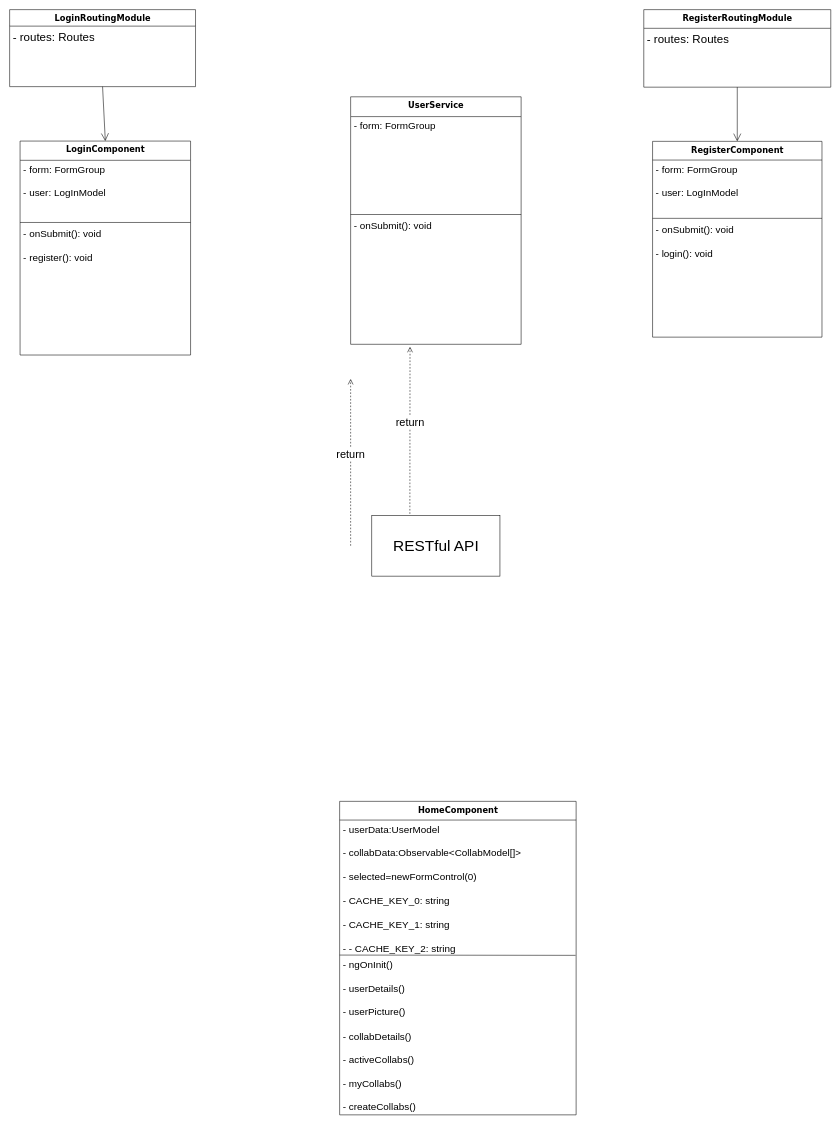
Above: page "Page-2" (2 of 2) of Untitled Diagram.drawio in Ed1196/myList (draw.io), before the change. Source tidied: cells renumbered, new cells numbered last; positions are measured from the earlier drawing's top-left corner, leaving out a move shared by most shapes. Both pictures are drawn from the tidied source at 55%, with x=0, y=0 at pixel (9, 9).
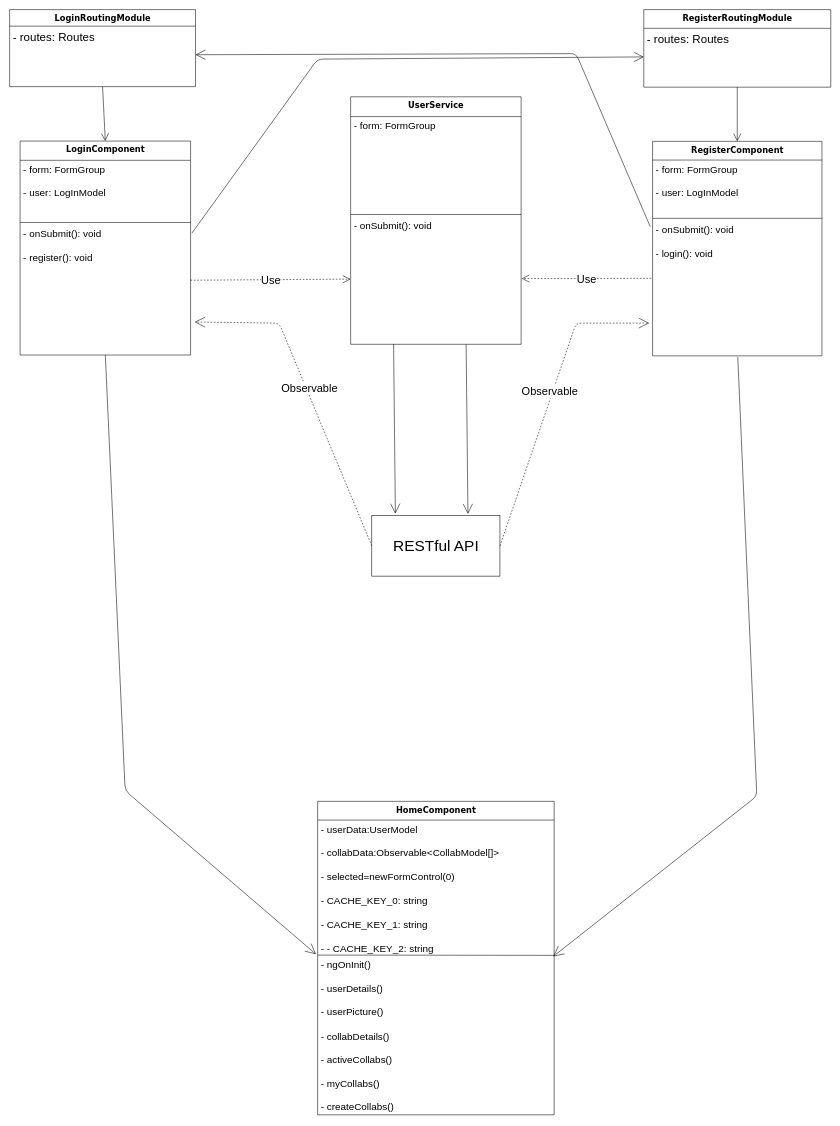
Above is the later version.

The change refers to these unchanged cells:
```xml
<mxCell id="2" value="&lt;font style=&quot;font-size: 15px&quot;&gt;LoginComponent&lt;/font&gt;" style="swimlane;html=1;fontStyle=1;align=center;verticalAlign=top;horizontal=1;startSize=35;swimlaneFillColor=#ffffff;rounded=0;shadow=0;comic=0;labelBackgroundColor=none;strokeColor=#000000;strokeWidth=1;fillColor=none;fontFamily=Verdana;fontSize=12;fontColor=#000000;" parent="1" vertex="1">
  <mxGeometry x="19" y="239" width="310" height="389" as="geometry" />
</mxCell>
<mxCell id="5" value="&lt;font style=&quot;font-size: 18px&quot;&gt;- onSubmit(): void&lt;br&gt;&lt;br&gt;- register(): void&lt;/font&gt;&lt;br&gt;" style="text;html=1;strokeColor=none;fillColor=none;align=left;verticalAlign=top;spacingLeft=4;spacingRight=4;whiteSpace=wrap;overflow=hidden;points=[[0,0.5],[1,0.5]];portConstraint=eastwest;" parent="2" vertex="1">
  <mxGeometry y="152" width="310" height="222" as="geometry" />
</mxCell>
<mxCell id="7" value="&lt;font style=&quot;font-size: 21px&quot;&gt;- routes: Routes&lt;/font&gt;" style="text;html=1;strokeColor=none;fillColor=none;align=left;verticalAlign=top;spacingLeft=4;spacingRight=4;whiteSpace=wrap;overflow=hidden;points=[[0,0.5],[1,0.5]];portConstraint=eastwest;" parent="6" vertex="1">
  <mxGeometry y="30" width="338" height="104" as="geometry" />
</mxCell>
<mxCell id="12" value="&lt;font style=&quot;font-size: 18px&quot;&gt;- onSubmit(): void&lt;/font&gt;" style="text;html=1;strokeColor=none;fillColor=none;align=left;verticalAlign=top;spacingLeft=4;spacingRight=4;whiteSpace=wrap;overflow=hidden;points=[[0,0.5],[1,0.5]];portConstraint=eastwest;" parent="9" vertex="1">
  <mxGeometry y="218" width="310" height="232" as="geometry" />
</mxCell>
<mxCell id="14" value="&lt;font style=&quot;font-size: 21px&quot;&gt;- routes: Routes&lt;/font&gt;" style="text;html=1;strokeColor=none;fillColor=none;align=left;verticalAlign=top;spacingLeft=4;spacingRight=4;whiteSpace=wrap;overflow=hidden;points=[[0,0.5],[1,0.5]];portConstraint=eastwest;" parent="13" vertex="1">
  <mxGeometry y="34" width="340" height="104" as="geometry" />
</mxCell>
<mxCell id="23" value="&lt;font style=&quot;font-size: 18px&quot;&gt;- ngOnInit()&lt;br&gt;&lt;br&gt;- userDetails()&lt;br&gt;&lt;br&gt;- userPicture()&lt;br&gt;&lt;br&gt;- collabDetails()&lt;br&gt;&lt;br&gt;- activeCollabs()&lt;br&gt;&lt;br&gt;- myCollabs()&lt;br&gt;&lt;br&gt;- createCollabs()&lt;br&gt;&lt;br&gt;- currentTab($event)&lt;/font&gt;&lt;br&gt;" style="text;html=1;strokeColor=none;fillColor=none;align=left;verticalAlign=top;spacingLeft=4;spacingRight=4;whiteSpace=wrap;overflow=hidden;points=[[0,0.5],[1,0.5]];portConstraint=eastwest;" parent="20" vertex="1">
  <mxGeometry y="280" width="430" height="290" as="geometry" />
</mxCell>
<mxCell id="24" value="&lt;font style=&quot;font-size: 28px&quot;&gt;RESTful API&lt;/font&gt;" style="html=1;strokeWidth=1;fillColor=none;" parent="1" vertex="1">
  <mxGeometry x="658.5" y="920" width="233" height="110" as="geometry" />
</mxCell>
```

What changed in the source:
```diff
@@
     <mxCell id="15" value="&lt;font style=&quot;font-size: 15px&quot;&gt;RegisterComponent&lt;/font&gt;" style="swimlane;html=1;fontStyle=1;align=center;verticalAlign=top;horizontal=1;startSize=34;swimlaneFillColor=#ffffff;rounded=0;shadow=0;comic=0;labelBackgroundColor=none;strokeColor=#000000;strokeWidth=1;fillColor=none;fontFamily=Verdana;fontSize=12;fontColor=#000000;" parent="1" vertex="1">
-      <mxGeometry x="1169" y="239.5" width="308" height="356" as="geometry" />
+      <mxGeometry x="1169" y="239.5" width="308" height="390" as="geometry" />
     </mxCell>
@@
     <mxCell id="18" value="&lt;font style=&quot;font-size: 18px&quot;&gt;- onSubmit(): void&lt;br&gt;&lt;br&gt;- login(): void&lt;/font&gt;&lt;br&gt;" style="text;html=1;strokeColor=none;fillColor=none;align=left;verticalAlign=top;spacingLeft=4;spacingRight=4;whiteSpace=wrap;overflow=hidden;points=[[0,0.5],[1,0.5]];portConstraint=eastwest;" parent="15" vertex="1">
-      <mxGeometry y="144" width="308" height="212" as="geometry" />
+      <mxGeometry y="144" width="308" height="246" as="geometry" />
     </mxCell>
@@
     <mxCell id="20" value="&lt;div&gt;&lt;span&gt;&lt;font style=&quot;font-size: 15px&quot;&gt;HomeComponent&lt;/font&gt;&lt;/span&gt;&lt;/div&gt;" style="swimlane;html=1;fontStyle=1;align=center;verticalAlign=top;horizontal=1;startSize=34;swimlaneFillColor=#ffffff;rounded=0;shadow=0;comic=0;labelBackgroundColor=none;strokeColor=#000000;strokeWidth=1;fillColor=none;fontFamily=Verdana;fontSize=12;fontColor=#000000;" parent="1" vertex="1">
-      <mxGeometry x="600" y="1439.5" width="430" height="570" as="geometry" />
+      <mxGeometry x="560" y="1439.5" width="430" height="570" as="geometry" />
     </mxCell>
@@
-    <mxCell id="25" value="&lt;font style=&quot;font-size: 20px&quot;&gt;return&lt;/font&gt;" style="html=1;verticalAlign=bottom;endArrow=open;dashed=1;endSize=8;exitX=0.297;exitY=-0.029;exitDx=0;exitDy=0;exitPerimeter=0;" parent="1" edge="1" source="24">
-      <mxGeometry relative="1" as="geometry">
-        <mxPoint x="728" y="613" as="targetPoint" />
-      </mxGeometry>
-    </mxCell>
-    <mxCell id="26" value="&lt;font style=&quot;font-size: 20px&quot;&gt;return&lt;/font&gt;" style="html=1;verticalAlign=bottom;endArrow=open;dashed=1;endSize=8;exitX=0.297;exitY=-0.029;exitDx=0;exitDy=0;exitPerimeter=0;" parent="1" edge="1">
+    <mxCell id="26" value="&lt;font style=&quot;font-size: 20px&quot;&gt;Observable&lt;/font&gt;" style="html=1;verticalAlign=bottom;endArrow=open;dashed=1;endSize=17;exitX=0;exitY=0.5;exitDx=0;exitDy=0;entryX=1.024;entryY=0.797;entryDx=0;entryDy=0;entryPerimeter=0;" parent="1" edge="1" source="24" target="5">
       <mxGeometry relative="1" as="geometry">
-        <mxPoint x="620" y="974.8" as="sourcePoint" />
-        <mxPoint x="620" y="671.5" as="targetPoint" />
+        <Array as="points">
+          <mxPoint x="490" y="570" />
+        </Array>
       </mxGeometry>
     </mxCell>
+    <mxCell id="27" style="endArrow=open;endFill=1;endSize=16;html=1;entryX=0.184;entryY=-0.033;entryDx=0;entryDy=0;exitX=0.252;exitY=0.998;exitDx=0;exitDy=0;exitPerimeter=0;entryPerimeter=0;" parent="1" edge="1" source="12" target="24">
+      <mxGeometry relative="1" as="geometry" />
+    </mxCell>
+    <mxCell id="28" value="&lt;font style=&quot;font-size: 20px&quot;&gt;Observable&lt;/font&gt;" style="html=1;verticalAlign=bottom;endArrow=open;dashed=1;endSize=17;exitX=1;exitY=0.5;exitDx=0;exitDy=0;" parent="1" edge="1" source="24">
+      <mxGeometry relative="1" as="geometry">
+        <mxPoint x="1163" y="570" as="targetPoint" />
+        <Array as="points">
+          <mxPoint x="1030" y="570" />
+        </Array>
+      </mxGeometry>
+    </mxCell>
+    <mxCell id="29" style="endArrow=open;endFill=1;endSize=16;html=1;entryX=0.184;entryY=-0.033;entryDx=0;entryDy=0;exitX=0.252;exitY=0.998;exitDx=0;exitDy=0;exitPerimeter=0;entryPerimeter=0;" parent="1" edge="1">
+      <mxGeometry relative="1" as="geometry">
+        <mxPoint x="830" y="608.5" as="sourcePoint" />
+        <mxPoint x="833.3" y="916.8" as="targetPoint" />
+      </mxGeometry>
+    </mxCell>
+    <mxCell id="30" style="endArrow=open;endFill=1;endSize=17;html=1;exitX=0.5;exitY=1;exitDx=0;exitDy=0;entryX=-0.007;entryY=-0.007;entryDx=0;entryDy=0;entryPerimeter=0;" parent="1" edge="1" source="2" target="23">
+      <mxGeometry relative="1" as="geometry">
+        <Array as="points">
+          <mxPoint x="210" y="1420" />
+        </Array>
+      </mxGeometry>
+    </mxCell>
+    <mxCell id="31" style="endArrow=open;endFill=1;endSize=17;html=1;exitX=0.503;exitY=1.008;exitDx=0;exitDy=0;entryX=0.996;entryY=0.007;entryDx=0;entryDy=0;entryPerimeter=0;exitPerimeter=0;" parent="1" edge="1" source="18" target="23">
+      <mxGeometry relative="1" as="geometry">
+        <Array as="points">
+          <mxPoint x="1358.5" y="1430" />
+        </Array>
+      </mxGeometry>
+    </mxCell>
+    <mxCell id="32" style="endArrow=open;endFill=1;endSize=16;html=1;exitX=1.008;exitY=0.069;exitDx=0;exitDy=0;exitPerimeter=0;entryX=0;entryY=0.5;entryDx=0;entryDy=0;" parent="1" edge="1" source="5" target="14">
+      <mxGeometry relative="1" as="geometry">
+        <Array as="points">
+          <mxPoint x="560" y="90" />
+        </Array>
+      </mxGeometry>
+    </mxCell>
+    <mxCell id="33" style="endArrow=open;endFill=1;endSize=16;html=1;exitX=-0.014;exitY=0.045;exitDx=0;exitDy=0;exitPerimeter=0;entryX=1;entryY=0.5;entryDx=0;entryDy=0;" parent="1" edge="1" source="18" target="7">
+      <mxGeometry relative="1" as="geometry">
+        <Array as="points">
+          <mxPoint x="1030" y="80" />
+        </Array>
+      </mxGeometry>
+    </mxCell>
+    <mxCell id="34" value="&lt;font style=&quot;font-size: 20px&quot;&gt;Use&lt;/font&gt;" style="endArrow=open;endSize=12;dashed=1;html=1;" parent="1" edge="1">
+      <mxGeometry relative="1" as="geometry">
+        <mxPoint x="329" y="492" as="sourcePoint" />
+        <mxPoint x="620" y="490" as="targetPoint" />
+      </mxGeometry>
+    </mxCell>
+    <mxCell id="35" value="&lt;font style=&quot;font-size: 20px&quot;&gt;Use&lt;/font&gt;" style="endArrow=open;endSize=12;dashed=1;html=1;exitX=-0.007;exitY=0.427;exitDx=0;exitDy=0;exitPerimeter=0;" parent="1" edge="1" source="18">
+      <mxGeometry relative="1" as="geometry">
+        <mxPoint x="931" y="489" as="targetPoint" />
+      </mxGeometry>
+    </mxCell>
```
